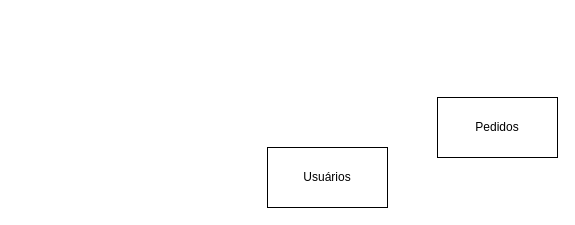
Above: Modelo_Conceitual.drawio in ArcanjoDaGuarda/AnjoProjetos (draw.io), before the change. Source tidied: cells renumbered, new cells numbered last; positions are measured from the earlier drawing's top-left corner, leaving out a move shared by most shapes. Both pictures are drawn from the tidied source at 100%, with x=0, y=0 at pixel (267, 97).
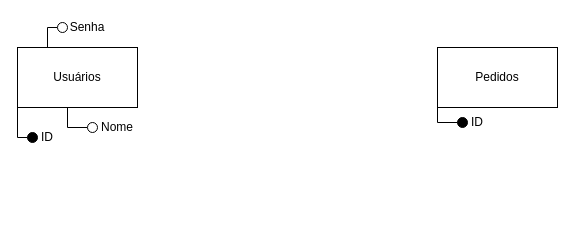
Above is the later version.

Change to the diagram source:
```diff
@@
     <mxCell id="2" value="Pedidos" style="rounded=0;whiteSpace=wrap;html=1;" parent="1" vertex="1">
-      <mxGeometry x="170" width="120" height="60" as="geometry" />
+      <mxGeometry x="170" y="-50" width="120" height="60" as="geometry" />
     </mxCell>
     <mxCell id="3" value="Usuários" style="rounded=0;whiteSpace=wrap;html=1;" parent="1" vertex="1">
-      <mxGeometry y="50" width="120" height="60" as="geometry" />
+      <mxGeometry x="-250" y="-50" width="120" height="60" as="geometry" />
     </mxCell>
+    <mxCell id="4" style="ellipse;whiteSpace=wrap;html=1;fillColor=#000000;" parent="1" vertex="1">
+      <mxGeometry x="-240" y="35" width="10" height="10" as="geometry" />
+    </mxCell>
+    <mxCell id="5" value="ID" style="text;html=1;strokeColor=none;fillColor=none;align=center;verticalAlign=middle;whiteSpace=wrap;rounded=0;" parent="1" vertex="1">
+      <mxGeometry x="-230" y="30" width="20" height="20" as="geometry" />
+    </mxCell>
+    <mxCell id="6" style="endArrow=none;html=1;rounded=0;exitX=0;exitY=1;exitDx=0;exitDy=0;entryX=0;entryY=0.5;entryDx=0;entryDy=0;" parent="1" edge="1" source="3" target="4">
+      <mxGeometry relative="1" as="geometry">
+        <Array as="points">
+          <mxPoint x="-250" y="40" />
+        </Array>
+      </mxGeometry>
+    </mxCell>
+    <mxCell id="7" style="endArrow=none;html=1;rounded=0;exitX=0;exitY=1;exitDx=0;exitDy=0;entryX=0;entryY=0.5;entryDx=0;entryDy=0;" parent="1" edge="1" target="8">
+      <mxGeometry relative="1" as="geometry">
+        <mxPoint x="-200" y="10" as="sourcePoint" />
+        <Array as="points">
+          <mxPoint x="-200" y="30" />
+        </Array>
+      </mxGeometry>
+    </mxCell>
+    <mxCell id="8" style="ellipse;whiteSpace=wrap;html=1;" parent="1" vertex="1">
+      <mxGeometry x="-180" y="25" width="10" height="10" as="geometry" />
+    </mxCell>
+    <mxCell id="9" value="Nome" style="text;html=1;strokeColor=none;fillColor=none;align=center;verticalAlign=middle;whiteSpace=wrap;rounded=0;" parent="1" vertex="1">
+      <mxGeometry x="-170" y="20" width="40" height="20" as="geometry" />
+    </mxCell>
+    <mxCell id="10" style="endArrow=none;html=1;rounded=0;exitX=0.25;exitY=0;exitDx=0;exitDy=0;entryX=0;entryY=0.5;entryDx=0;entryDy=0;" parent="1" edge="1" source="3" target="11">
+      <mxGeometry relative="1" as="geometry">
+        <Array as="points">
+          <mxPoint x="-220" y="-70" />
+        </Array>
+      </mxGeometry>
+    </mxCell>
+    <mxCell id="11" style="ellipse;whiteSpace=wrap;html=1;" parent="1" vertex="1">
+      <mxGeometry x="-210" y="-75" width="10" height="10" as="geometry" />
+    </mxCell>
+    <mxCell id="12" value="Senha" style="text;html=1;strokeColor=none;fillColor=none;align=center;verticalAlign=middle;whiteSpace=wrap;rounded=0;" parent="1" vertex="1">
+      <mxGeometry x="-200" y="-80" width="40" height="20" as="geometry" />
+    </mxCell>
+    <mxCell id="13" style="ellipse;whiteSpace=wrap;html=1;fillColor=#000000;" parent="1" vertex="1">
+      <mxGeometry x="190" y="20" width="10" height="10" as="geometry" />
+    </mxCell>
+    <mxCell id="14" value="ID" style="text;html=1;strokeColor=none;fillColor=none;align=center;verticalAlign=middle;whiteSpace=wrap;rounded=0;" parent="1" vertex="1">
+      <mxGeometry x="200" y="15" width="20" height="20" as="geometry" />
+    </mxCell>
+    <mxCell id="15" style="endArrow=none;html=1;rounded=0;exitX=0;exitY=1;exitDx=0;exitDy=0;entryX=0;entryY=0.5;entryDx=0;entryDy=0;" parent="1" edge="1" source="2" target="13">
+      <mxGeometry relative="1" as="geometry">
+        <Array as="points">
+          <mxPoint x="170" y="25" />
+        </Array>
+      </mxGeometry>
+    </mxCell>
```
